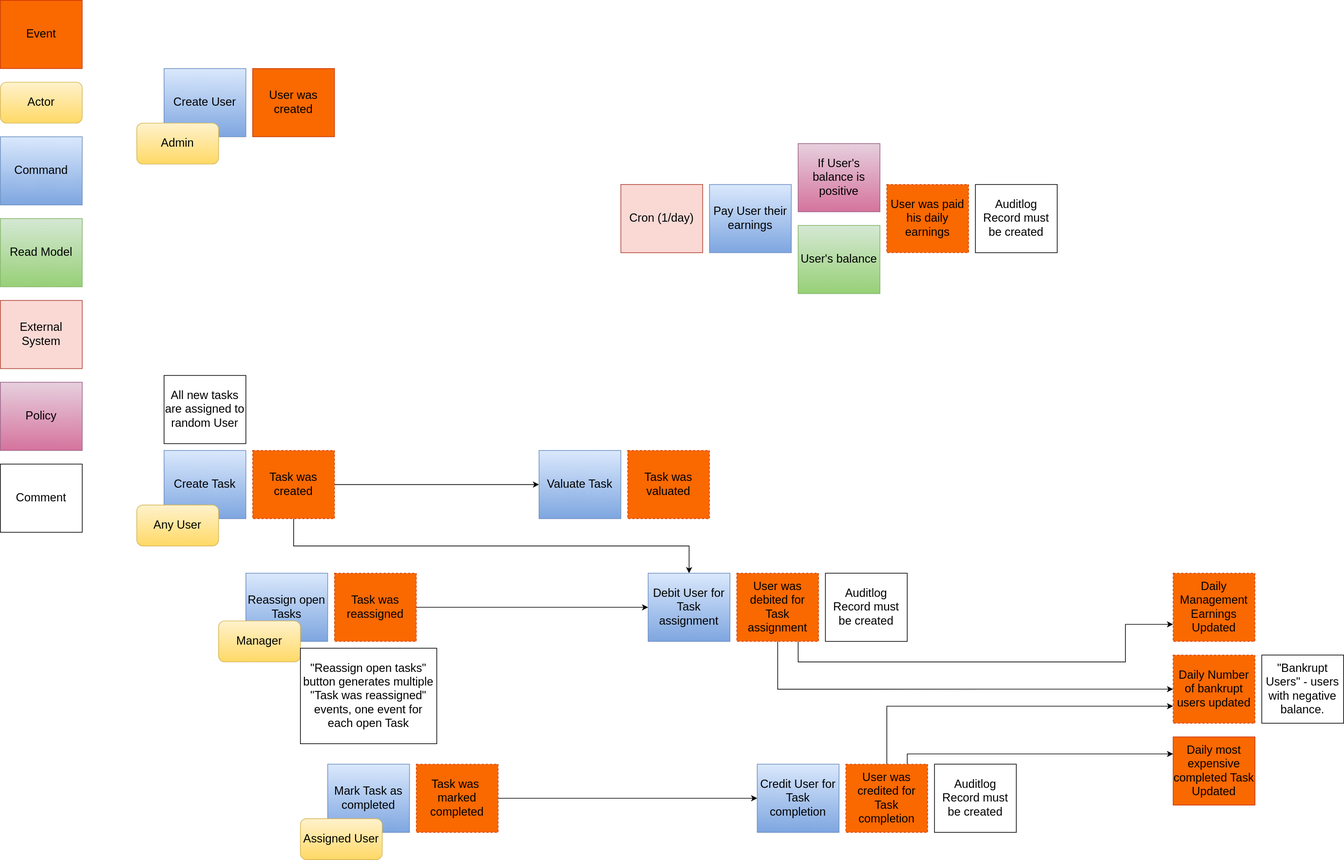
Above: event-storming.drawio.svg in d-ryzhykau/async-architecture (draw.io), before the change. Source tidied: cells renumbered, new cells last; positions are measured from the earlier drawing's top-left corner, leaving out a move shared by most shapes.
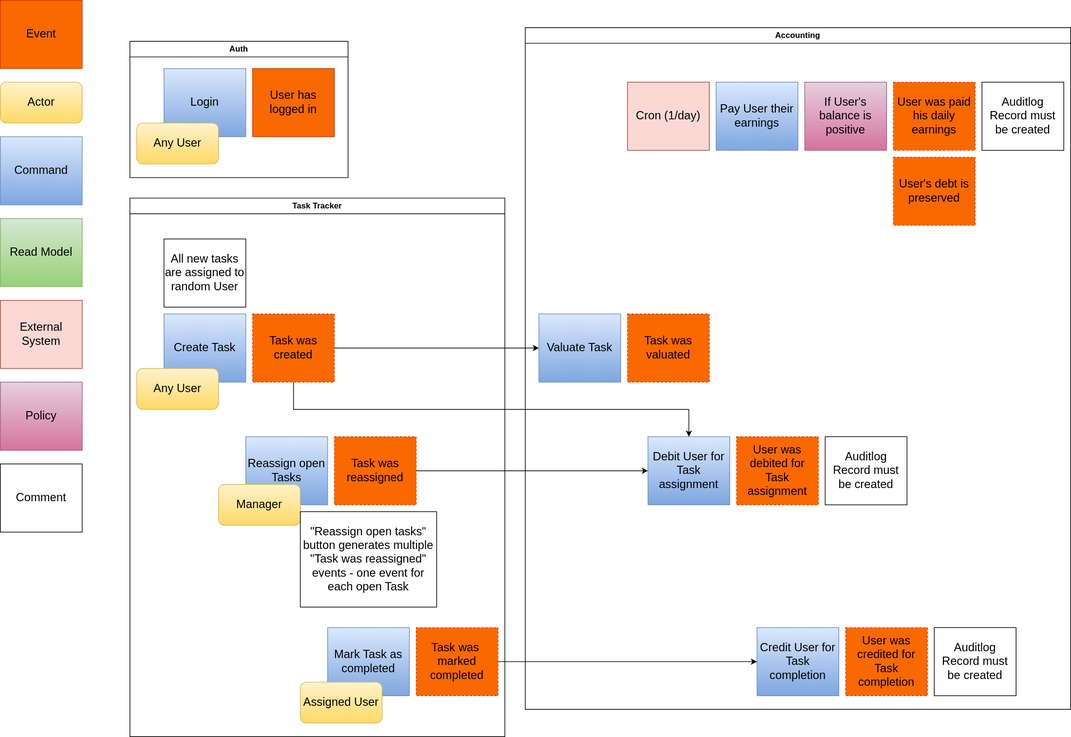
The same file after the commit.

Commit message:
Add bounded contexts to ES schema

What changed in the source:
```diff
@@ -3,25 +3,25 @@
     <mxCell id="0" />
     <mxCell id="1" parent="0" />
     <mxCell id="2" value="Event" style="rounded=0;whiteSpace=wrap;html=1;fillColor=#fa6800;fontColor=#000000;strokeColor=#C73500;fontSize=17;" parent="1" vertex="1">
-      <mxGeometry width="120" height="100" as="geometry" />
+      <mxGeometry y="200" width="120" height="100" as="geometry" />
     </mxCell>
     <mxCell id="3" value="Actor" style="rounded=1;whiteSpace=wrap;html=1;fontSize=17;fillColor=#fff2cc;gradientColor=#ffd966;strokeColor=#d6b656;" parent="1" vertex="1">
-      <mxGeometry y="120" width="120" height="60" as="geometry" />
+      <mxGeometry y="320" width="120" height="60" as="geometry" />
     </mxCell>
     <mxCell id="4" value="Command" style="rounded=0;whiteSpace=wrap;html=1;fillColor=#dae8fc;strokeColor=#6c8ebf;fontSize=17;gradientColor=#7ea6e0;" parent="1" vertex="1">
-      <mxGeometry y="200" width="120" height="100" as="geometry" />
+      <mxGeometry y="400" width="120" height="100" as="geometry" />
     </mxCell>
     <mxCell id="5" value="Comment" style="rounded=0;whiteSpace=wrap;html=1;fontSize=17;" parent="1" vertex="1">
-      <mxGeometry y="680" width="120" height="100" as="geometry" />
+      <mxGeometry y="880" width="120" height="100" as="geometry" />
     </mxCell>
     <mxCell id="6" value="External System" style="rounded=0;whiteSpace=wrap;html=1;fillColor=#fad9d5;strokeColor=#ae4132;fontSize=17;" parent="1" vertex="1">
-      <mxGeometry y="440" width="120" height="100" as="geometry" />
+      <mxGeometry y="640" width="120" height="100" as="geometry" />
     </mxCell>
     <mxCell id="7" value="Read Model" style="rounded=0;whiteSpace=wrap;html=1;fillColor=#d5e8d4;strokeColor=#82b366;fontSize=17;gradientColor=#97d077;" parent="1" vertex="1">
-      <mxGeometry y="320" width="120" height="100" as="geometry" />
+      <mxGeometry y="520" width="120" height="100" as="geometry" />
     </mxCell>
-    <mxCell id="8" value="User was created" style="rounded=0;whiteSpace=wrap;html=1;fillColor=#fa6800;fontColor=#000000;strokeColor=#C73500;fontSize=17;" parent="1" vertex="1">
-      <mxGeometry x="370" y="100" width="120" height="100" as="geometry" />
+    <mxCell id="8" value="User has logged in" style="rounded=0;whiteSpace=wrap;html=1;fillColor=#fa6800;fontColor=#000000;strokeColor=#C73500;fontSize=17;" parent="1" vertex="1">
+      <mxGeometry x="370" y="300" width="120" height="100" as="geometry" />
     </mxCell>
     <mxCell id="9" style="edgeStyle=orthogonalEdgeStyle;rounded=0;jumpStyle=arc;html=1;endArrow=classic;endFill=1;" parent="1" edge="1" source="11" target="41">
       <mxGeometry relative="1" as="geometry" />
@@ -54,76 +54,25 @@
       <mxGeometry x="610" y="1120" width="120" height="100" as="geometry" />
     </mxCell>
     <mxCell id="16" value="Policy" style="rounded=0;whiteSpace=wrap;html=1;fillColor=#e6d0de;strokeColor=#996185;fontSize=17;gradientColor=#d5739d;" parent="1" vertex="1">
-      <mxGeometry y="560" width="120" height="100" as="geometry" />
+      <mxGeometry y="760" width="120" height="100" as="geometry" />
     </mxCell>
     <mxCell id="17" value="Task was valuated" style="rounded=0;whiteSpace=wrap;html=1;fillColor=#fa6800;fontColor=#000000;strokeColor=#C73500;fontSize=17;dashed=1;" parent="1" vertex="1">
       <mxGeometry x="920" y="660" width="120" height="100" as="geometry" />
     </mxCell>
-    <mxCell id="18" style="edgeStyle=orthogonalEdgeStyle;rounded=0;jumpStyle=arc;html=1;entryX=0;entryY=0.75;entryDx=0;entryDy=0;endArrow=classic;endFill=1;exitX=0.75;exitY=1;exitDx=0;exitDy=0;" parent="1" edge="1" source="20" target="24">
-      <mxGeometry relative="1" as="geometry">
-        <Array as="points">
-          <mxPoint x="1170" y="970" />
-          <mxPoint x="1650" y="970" />
-          <mxPoint x="1650" y="915" />
-        </Array>
-      </mxGeometry>
-    </mxCell>
-    <mxCell id="19" style="edgeStyle=orthogonalEdgeStyle;rounded=0;jumpStyle=arc;html=1;entryX=0;entryY=0.5;entryDx=0;entryDy=0;endArrow=classic;endFill=1;exitX=0.5;exitY=1;exitDx=0;exitDy=0;" parent="1" edge="1" source="20" target="26">
-      <mxGeometry relative="1" as="geometry">
-        <Array as="points">
-          <mxPoint x="1140" y="1010" />
-        </Array>
-      </mxGeometry>
-    </mxCell>
     <mxCell id="20" value="User was debited for Task assignment" style="rounded=0;whiteSpace=wrap;html=1;fillColor=#fa6800;fontColor=#000000;strokeColor=#C73500;fontSize=17;dashed=1;" parent="1" vertex="1">
       <mxGeometry x="1080" y="840" width="120" height="100" as="geometry" />
     </mxCell>
-    <mxCell id="21" style="edgeStyle=orthogonalEdgeStyle;rounded=0;jumpStyle=arc;html=1;entryX=0;entryY=0.25;entryDx=0;entryDy=0;endArrow=classic;endFill=1;exitX=0.75;exitY=0;exitDx=0;exitDy=0;" parent="1" edge="1" source="23" target="27">
-      <mxGeometry relative="1" as="geometry">
-        <Array as="points">
-          <mxPoint x="1330" y="1105" />
-        </Array>
-      </mxGeometry>
-    </mxCell>
-    <mxCell id="22" style="edgeStyle=orthogonalEdgeStyle;rounded=0;jumpStyle=arc;html=1;entryX=0;entryY=0.75;entryDx=0;entryDy=0;endArrow=classic;endFill=1;" parent="1" edge="1" source="23" target="26">
-      <mxGeometry relative="1" as="geometry">
-        <Array as="points">
-          <mxPoint x="1300" y="1035" />
-        </Array>
-      </mxGeometry>
-    </mxCell>
     <mxCell id="23" value="User was credited for Task completion" style="rounded=0;whiteSpace=wrap;html=1;fillColor=#fa6800;fontColor=#000000;strokeColor=#C73500;fontSize=17;dashed=1;" parent="1" vertex="1">
       <mxGeometry x="1240" y="1120" width="120" height="100" as="geometry" />
     </mxCell>
-    <mxCell id="24" value="Daily Management Earnings Updated" style="rounded=0;whiteSpace=wrap;html=1;fillColor=#fa6800;fontColor=#000000;strokeColor=#C73500;fontSize=17;dashed=1;" parent="1" vertex="1">
-      <mxGeometry x="1720" y="840" width="120" height="100" as="geometry" />
-    </mxCell>
-    <mxCell id="25" value="User was paid his daily earnings" style="rounded=0;whiteSpace=wrap;html=1;fillColor=#fa6800;fontColor=#000000;strokeColor=#C73500;fontSize=17;dashed=1;" parent="1" vertex="1">
-      <mxGeometry x="1300" y="270" width="120" height="100" as="geometry" />
-    </mxCell>
-    <mxCell id="26" value="Daily Number of bankrupt users updated" style="rounded=0;whiteSpace=wrap;html=1;fillColor=#fa6800;fontColor=#000000;strokeColor=#C73500;fontSize=17;dashed=1;" parent="1" vertex="1">
-      <mxGeometry x="1720" y="960" width="120" height="100" as="geometry" />
-    </mxCell>
-    <mxCell id="27" value="Daily most expensive completed Task Updated" style="rounded=0;whiteSpace=wrap;html=1;fillColor=#fa6800;fontColor=#000000;strokeColor=#C73500;fontSize=17;" parent="1" vertex="1">
-      <mxGeometry x="1720" y="1080" width="120" height="100" as="geometry" />
-    </mxCell>
-    <mxCell id="28" value="If User's balance is positive" style="rounded=0;whiteSpace=wrap;html=1;fillColor=#e6d0de;strokeColor=#996185;fontSize=17;gradientColor=#d5739d;" parent="1" vertex="1">
-      <mxGeometry x="1170" y="210" width="120" height="100" as="geometry" />
-    </mxCell>
     <mxCell id="29" value="All new tasks are assigned to random User" style="rounded=0;whiteSpace=wrap;html=1;fontSize=17;" parent="1" vertex="1">
       <mxGeometry x="240" y="550" width="120" height="100" as="geometry" />
     </mxCell>
-    <mxCell id="30" value="Cron (1/day)" style="rounded=0;whiteSpace=wrap;html=1;fillColor=#fad9d5;strokeColor=#ae4132;fontSize=17;" parent="1" vertex="1">
-      <mxGeometry x="910" y="270" width="120" height="100" as="geometry" />
-    </mxCell>
-    <mxCell id="31" value="&quot;Bankrupt Users&quot; - users with negative balance." style="rounded=0;whiteSpace=wrap;html=1;fontSize=17;" parent="1" vertex="1">
-      <mxGeometry x="1850" y="960" width="120" height="100" as="geometry" />
-    </mxCell>
-    <mxCell id="32" value="Create User" style="rounded=0;whiteSpace=wrap;html=1;fillColor=#dae8fc;strokeColor=#6c8ebf;fontSize=17;gradientColor=#7ea6e0;" parent="1" vertex="1">
-      <mxGeometry x="240" y="100" width="120" height="100" as="geometry" />
+    <mxCell id="32" value="Login" style="rounded=0;whiteSpace=wrap;html=1;fillColor=#dae8fc;strokeColor=#6c8ebf;fontSize=17;gradientColor=#7ea6e0;" parent="1" vertex="1">
+      <mxGeometry x="240" y="300" width="120" height="100" as="geometry" />
     </mxCell>
-    <mxCell id="33" value="Admin" style="rounded=1;whiteSpace=wrap;html=1;fontSize=17;fillColor=#fff2cc;gradientColor=#ffd966;strokeColor=#d6b656;" parent="1" vertex="1">
-      <mxGeometry x="200" y="180" width="120" height="60" as="geometry" />
+    <mxCell id="33" value="Any User" style="rounded=1;whiteSpace=wrap;html=1;fontSize=17;fillColor=#fff2cc;gradientColor=#ffd966;strokeColor=#d6b656;" parent="1" vertex="1">
+      <mxGeometry x="200" y="380" width="120" height="60" as="geometry" />
     </mxCell>
     <mxCell id="34" value="Create Task" style="rounded=0;whiteSpace=wrap;html=1;fillColor=#dae8fc;strokeColor=#6c8ebf;fontSize=17;gradientColor=#7ea6e0;" parent="1" vertex="1">
       <mxGeometry x="240" y="660" width="120" height="100" as="geometry" />
@@ -131,15 +80,6 @@
     <mxCell id="35" value="Any User" style="rounded=1;whiteSpace=wrap;html=1;fontSize=17;fillColor=#fff2cc;gradientColor=#ffd966;strokeColor=#d6b656;" parent="1" vertex="1">
       <mxGeometry x="200" y="740" width="120" height="60" as="geometry" />
     </mxCell>
-    <mxCell id="36" value="User's balance" style="rounded=0;whiteSpace=wrap;html=1;fillColor=#d5e8d4;strokeColor=#82b366;fontSize=17;gradientColor=#97d077;" parent="1" vertex="1">
-      <mxGeometry x="1170" y="330" width="120" height="100" as="geometry" />
-    </mxCell>
-    <mxCell id="37" value="Pay User their earnings" style="rounded=0;whiteSpace=wrap;html=1;fillColor=#dae8fc;strokeColor=#6c8ebf;fontSize=17;gradientColor=#7ea6e0;" parent="1" vertex="1">
-      <mxGeometry x="1040" y="270" width="120" height="100" as="geometry" />
-    </mxCell>
-    <mxCell id="38" value="Auditlog Record must be created" style="rounded=0;whiteSpace=wrap;html=1;fontSize=17;" parent="1" vertex="1">
-      <mxGeometry x="1430" y="270" width="120" height="100" as="geometry" />
-    </mxCell>
     <mxCell id="39" value="Auditlog Record must be created" style="rounded=0;whiteSpace=wrap;html=1;fontSize=17;" parent="1" vertex="1">
       <mxGeometry x="1210" y="840" width="120" height="100" as="geometry" />
     </mxCell>
@@ -155,7 +95,7 @@
     <mxCell id="43" value="Manager" style="rounded=1;whiteSpace=wrap;html=1;fontSize=17;fillColor=#fff2cc;gradientColor=#ffd966;strokeColor=#d6b656;" parent="1" vertex="1">
       <mxGeometry x="320" y="910" width="120" height="60" as="geometry" />
     </mxCell>
-    <mxCell id="44" value="&quot;Reassign open tasks&quot; button generates multiple &quot;Task was reassigned&quot; events, one event for each open Task" style="rounded=0;whiteSpace=wrap;html=1;fontSize=17;" parent="1" vertex="1">
+    <mxCell id="44" value="&quot;Reassign open tasks&quot; button generates multiple &quot;Task was reassigned&quot; events - one event for each open Task" style="rounded=0;whiteSpace=wrap;html=1;fontSize=17;" parent="1" vertex="1">
       <mxGeometry x="440" y="950" width="200" height="140" as="geometry" />
     </mxCell>
     <mxCell id="45" value="Mark Task as completed" style="rounded=0;whiteSpace=wrap;html=1;fillColor=#dae8fc;strokeColor=#6c8ebf;fontSize=17;gradientColor=#7ea6e0;" parent="1" vertex="1">
@@ -170,5 +110,32 @@
     <mxCell id="48" value="Credit User for Task completion" style="rounded=0;whiteSpace=wrap;html=1;fillColor=#dae8fc;strokeColor=#6c8ebf;fontSize=17;gradientColor=#7ea6e0;" parent="1" vertex="1">
       <mxGeometry x="1110" y="1120" width="120" height="100" as="geometry" />
     </mxCell>
+    <mxCell id="49" value="Auth" style="swimlane;whiteSpace=wrap;html=1;fillColor=none;" parent="1" vertex="1">
+      <mxGeometry x="190" y="260" width="320" height="200" as="geometry" />
+    </mxCell>
+    <mxCell id="50" value="Task Tracker" style="swimlane;whiteSpace=wrap;html=1;fillColor=none;" parent="1" vertex="1">
+      <mxGeometry x="190" y="490" width="550" height="790" as="geometry" />
+    </mxCell>
+    <mxCell id="51" value="Accounting" style="swimlane;whiteSpace=wrap;html=1;fillColor=none;" parent="1" vertex="1">
+      <mxGeometry x="770" y="240" width="800" height="1000" as="geometry" />
+    </mxCell>
+    <mxCell id="25" value="User was paid his daily earnings" style="rounded=0;whiteSpace=wrap;html=1;fillColor=#fa6800;fontColor=#000000;strokeColor=#C73500;fontSize=17;dashed=1;" parent="51" vertex="1">
+      <mxGeometry x="540" y="80" width="120" height="100" as="geometry" />
+    </mxCell>
+    <mxCell id="30" value="Cron (1/day)" style="rounded=0;whiteSpace=wrap;html=1;fillColor=#fad9d5;strokeColor=#ae4132;fontSize=17;" parent="51" vertex="1">
+      <mxGeometry x="150" y="80" width="120" height="100" as="geometry" />
+    </mxCell>
+    <mxCell id="37" value="Pay User their earnings" style="rounded=0;whiteSpace=wrap;html=1;fillColor=#dae8fc;strokeColor=#6c8ebf;fontSize=17;gradientColor=#7ea6e0;" parent="51" vertex="1">
+      <mxGeometry x="280" y="80" width="120" height="100" as="geometry" />
+    </mxCell>
+    <mxCell id="38" value="Auditlog Record must be created" style="rounded=0;whiteSpace=wrap;html=1;fontSize=17;" parent="51" vertex="1">
+      <mxGeometry x="670" y="80" width="120" height="100" as="geometry" />
+    </mxCell>
+    <mxCell id="28" value="If User's balance is positive" style="rounded=0;whiteSpace=wrap;html=1;fillColor=#e6d0de;strokeColor=#996185;fontSize=17;gradientColor=#d5739d;" parent="51" vertex="1">
+      <mxGeometry x="410" y="80" width="120" height="100" as="geometry" />
+    </mxCell>
+    <mxCell id="52" value="User's debt is preserved" style="rounded=0;whiteSpace=wrap;html=1;fillColor=#fa6800;fontColor=#000000;strokeColor=#C73500;fontSize=17;dashed=1;" parent="51" vertex="1">
+      <mxGeometry x="540" y="190" width="120" height="100" as="geometry" />
+    </mxCell>
   </root>
 </mxGraphModel>
```
